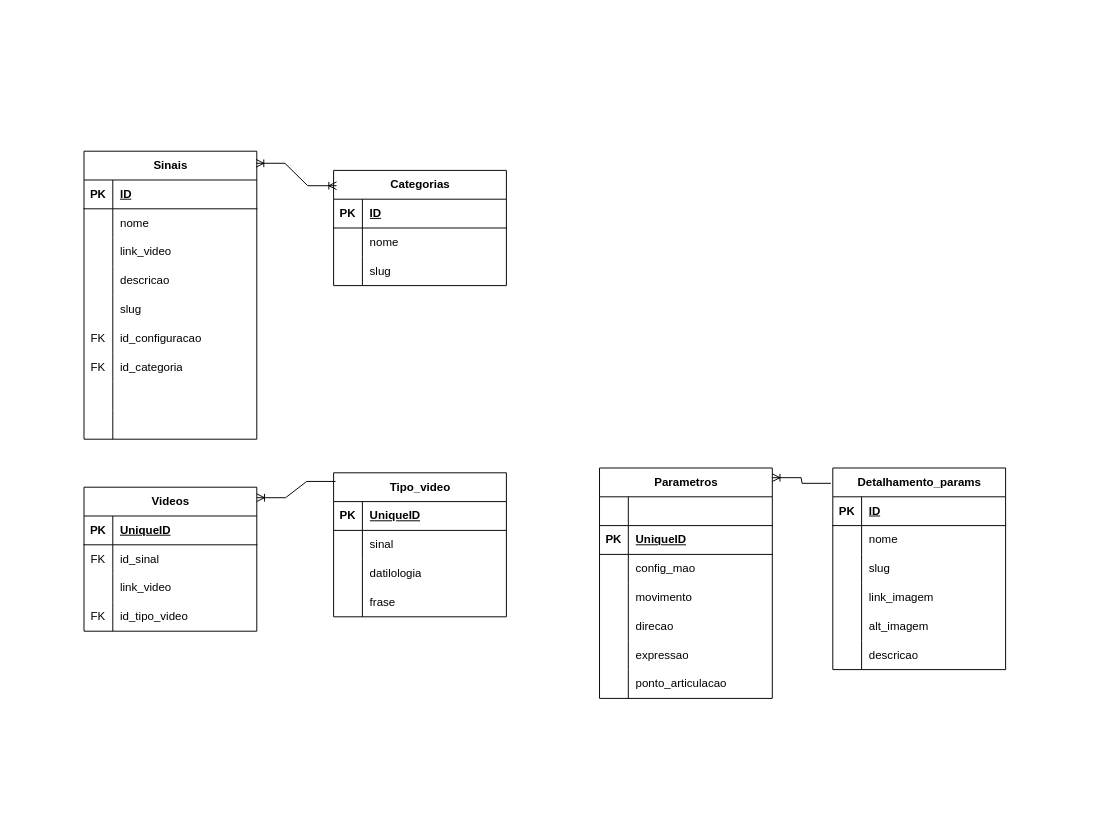
Above: diagram-banco.drawio in PatrickGimenes/backend-sinalario (draw.io), before the change. Source tidied: cells renumbered, new cells numbered last; positions are measured from the earlier drawing's top-left corner, leaving out a move shared by most shapes. Both pictures are drawn from the tidied source at 96%, with x=0, y=0 at pixel (84, 151).
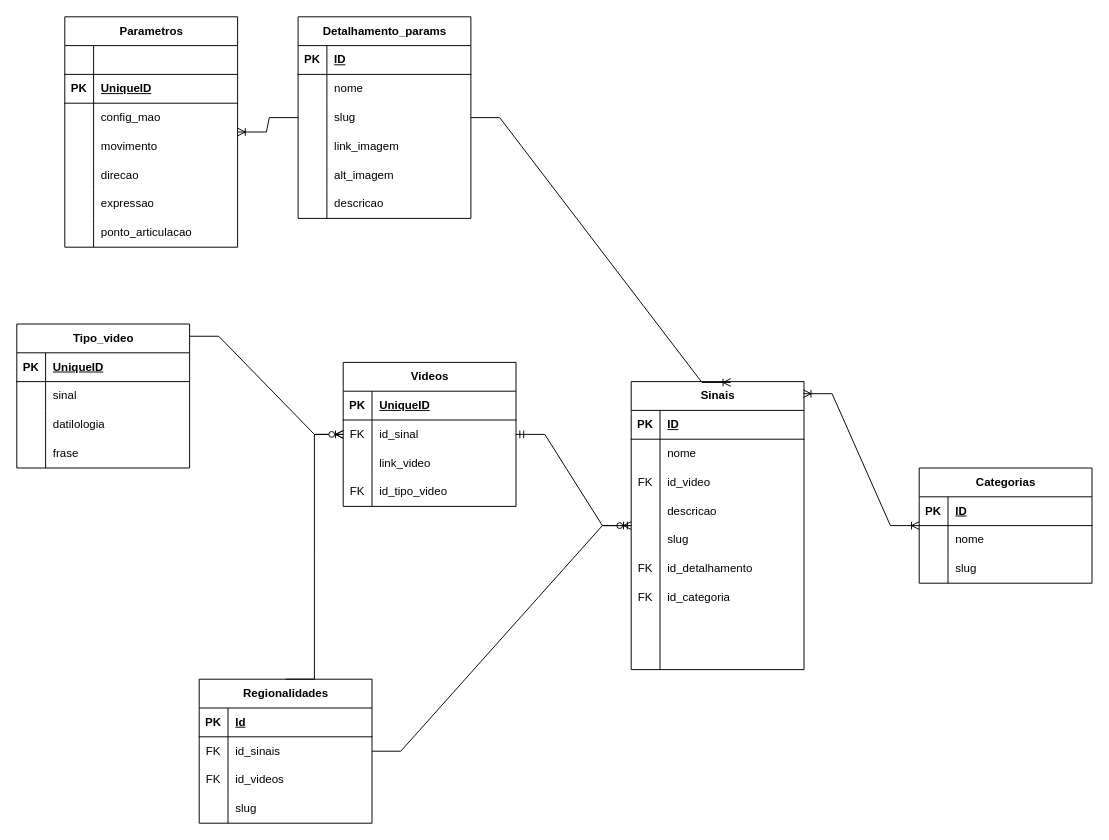
After the change.

Unchanged cells that the change refers to:
```xml
<mxCell id="9" style="shape=tableRow;horizontal=0;startSize=0;swimlaneHead=0;swimlaneBody=0;fillColor=none;top=0;left=0;right=0;bottom=0;" parent="2" vertex="1">
  <mxGeometry y="90" width="180" height="30" as="geometry" />
</mxCell>
<mxCell id="18" style="shape=tableRow;horizontal=0;startSize=0;swimlaneHead=0;swimlaneBody=0;fillColor=none;top=0;left=0;right=0;bottom=0;" parent="2" vertex="1">
  <mxGeometry y="180" width="180" height="30" as="geometry" />
</mxCell>
```

Diff of the diagram source:
```diff
@@
     <mxCell id="2" value="Sinais" style="shape=table;startSize=30;childLayout=tableLayout;rowLines=0;fontStyle=1;align=center;html=1;" parent="1" vertex="1">
-      <mxGeometry width="180" height="300" as="geometry" />
+      <mxGeometry x="570" y="240" width="180" height="300" as="geometry" />
     </mxCell>
@@
-    <mxCell id="10" style="shape=partialRectangle;fillColor=none;top=0;left=0;bottom=0;right=0;overflow=hidden;whiteSpace=wrap;html=1;" parent="9" vertex="1">
+    <mxCell id="10" value="FK" style="shape=partialRectangle;fillColor=none;top=0;left=0;bottom=0;right=0;overflow=hidden;whiteSpace=wrap;html=1;" parent="9" vertex="1">
       <mxGeometry width="30" height="30" as="geometry" />
     </mxCell>
-    <mxCell id="11" value="link_video" style="shape=partialRectangle;fillColor=none;top=0;left=0;bottom=0;right=0;align=left;spacingLeft=6;overflow=hidden;whiteSpace=wrap;html=1;" parent="9" vertex="1">
+    <mxCell id="11" value="id_video" style="shape=partialRectangle;fillColor=none;top=0;left=0;bottom=0;right=0;align=left;spacingLeft=6;overflow=hidden;whiteSpace=wrap;html=1;" parent="9" vertex="1">
       <mxGeometry x="30" width="150" height="30" as="geometry" />
     </mxCell>
@@
-    <mxCell id="20" value="id_configuracao" style="shape=partialRectangle;fillColor=none;top=0;left=0;bottom=0;right=0;align=left;spacingLeft=6;overflow=hidden;whiteSpace=wrap;html=1;" parent="18" vertex="1">
+    <mxCell id="20" value="id_detalhamento" style="shape=partialRectangle;fillColor=none;top=0;left=0;bottom=0;right=0;align=left;spacingLeft=6;overflow=hidden;whiteSpace=wrap;html=1;" parent="18" vertex="1">
       <mxGeometry x="30" width="150" height="30" as="geometry" />
     </mxCell>
@@
     <mxCell id="30" value="Categorias" style="shape=table;startSize=30;childLayout=tableLayout;rowLines=0;fontStyle=1;align=center;html=1;" parent="1" vertex="1">
-      <mxGeometry x="260" y="20" width="180" height="120" as="geometry" />
+      <mxGeometry x="870" y="330" width="180" height="120" as="geometry" />
     </mxCell>
@@
     <mxCell id="40" value="Detalhamento_params" style="shape=table;startSize=30;childLayout=tableLayout;rowLines=0;fontStyle=1;align=center;html=1;" parent="1" vertex="1">
-      <mxGeometry x="780" y="330" width="180" height="210" as="geometry" />
+      <mxGeometry x="223" y="-140" width="180" height="210" as="geometry" />
     </mxCell>
@@
     <mxCell id="59" value="Parametros" style="shape=table;startSize=30;childLayout=tableLayout;rowLines=0;fontStyle=1;align=center;html=1;" parent="1" vertex="1">
-      <mxGeometry x="537" y="330" width="180" height="240" as="geometry" />
+      <mxGeometry x="-20" y="-140" width="180" height="240" as="geometry" />
     </mxCell>
@@
     <mxCell id="81" value="Videos" style="shape=table;startSize=30;childLayout=tableLayout;rowLines=0;fontStyle=1;align=center;html=1;" parent="1" vertex="1">
-      <mxGeometry y="350" width="180" height="150" as="geometry" />
+      <mxGeometry x="270" y="220" width="180" height="150" as="geometry" />
     </mxCell>
@@
     <mxCell id="94" value="Tipo_video" style="shape=table;startSize=30;childLayout=tableLayout;rowLines=0;fontStyle=1;align=center;html=1;" parent="1" vertex="1">
-      <mxGeometry x="260" y="335" width="180" height="150" as="geometry" />
+      <mxGeometry x="-70" y="180" width="180" height="150" as="geometry" />
     </mxCell>
@@
-    <mxCell id="107" style="edgeStyle=entityRelationEdgeStyle;fontSize=12;html=1;endArrow=ERoneToMany;rounded=0;exitX=0.011;exitY=0.06;exitDx=0;exitDy=0;exitPerimeter=0;entryX=1;entryY=0.073;entryDx=0;entryDy=0;entryPerimeter=0;" parent="1" edge="1" source="94" target="81">
+    <mxCell id="107" style="edgeStyle=entityRelationEdgeStyle;fontSize=12;html=1;endArrow=ERoneToMany;rounded=0;exitX=1.002;exitY=0.085;exitDx=0;exitDy=0;exitPerimeter=0;" parent="1" edge="1" source="94" target="81">
       <mxGeometry relative="1" as="geometry">
         <Array as="points">
-          <mxPoint x="160" y="410" />
+          <mxPoint x="185" y="321" />
         </Array>
       </mxGeometry>
     </mxCell>
-    <mxCell id="108" style="edgeStyle=entityRelationEdgeStyle;fontSize=12;html=1;endArrow=ERoneToMany;rounded=0;entryX=1;entryY=0.042;entryDx=0;entryDy=0;entryPerimeter=0;exitX=-0.011;exitY=0.076;exitDx=0;exitDy=0;exitPerimeter=0;" parent="1" edge="1" source="40" target="59">
-      <mxGeometry relative="1" as="geometry" />
+    <mxCell id="108" style="edgeStyle=entityRelationEdgeStyle;fontSize=12;html=1;endArrow=ERoneToMany;rounded=0;" parent="1" edge="1" source="40" target="59">
+      <mxGeometry relative="1" as="geometry">
+        <Array as="points">
+          <mxPoint x="220" y="-30" />
+        </Array>
+      </mxGeometry>
     </mxCell>
-    <mxCell id="109" style="edgeStyle=entityRelationEdgeStyle;fontSize=12;html=1;endArrow=ERoneToMany;startArrow=ERoneToMany;rounded=0;entryX=0.017;entryY=0.133;entryDx=0;entryDy=0;entryPerimeter=0;exitX=0.996;exitY=0.042;exitDx=0;exitDy=0;exitPerimeter=0;" parent="1" edge="1" source="2" target="30">
+    <mxCell id="109" style="edgeStyle=entityRelationEdgeStyle;fontSize=12;html=1;endArrow=ERoneToMany;startArrow=ERoneToMany;rounded=0;exitX=0.996;exitY=0.042;exitDx=0;exitDy=0;exitPerimeter=0;" parent="1" edge="1" source="2" target="30">
       <mxGeometry relative="1" as="geometry" />
     </mxCell>
+    <mxCell id="110" value="Regionalidades" style="shape=table;startSize=30;childLayout=tableLayout;rowLines=0;fontStyle=1;align=center;html=1;" parent="1" vertex="1">
+      <mxGeometry x="120" y="550" width="180" height="150" as="geometry" />
+    </mxCell>
+    <mxCell id="111" style="shape=tableRow;horizontal=0;startSize=0;swimlaneHead=0;swimlaneBody=0;fillColor=none;top=0;left=0;right=0;bottom=1;" parent="110" vertex="1">
+      <mxGeometry y="30" width="180" height="30" as="geometry" />
+    </mxCell>
+    <mxCell id="112" value="PK" style="shape=partialRectangle;fillColor=none;top=0;left=0;bottom=0;right=0;fontStyle=1;overflow=hidden;whiteSpace=wrap;html=1;" parent="111" vertex="1">
+      <mxGeometry width="30" height="30" as="geometry" />
+    </mxCell>
+    <mxCell id="113" value="Id" style="shape=partialRectangle;fillColor=none;top=0;left=0;bottom=0;right=0;align=left;spacingLeft=6;fontStyle=5;overflow=hidden;whiteSpace=wrap;html=1;" parent="111" vertex="1">
+      <mxGeometry x="30" width="150" height="30" as="geometry" />
+    </mxCell>
+    <mxCell id="114" style="shape=tableRow;horizontal=0;startSize=0;swimlaneHead=0;swimlaneBody=0;fillColor=none;top=0;left=0;right=0;bottom=0;" parent="110" vertex="1">
+      <mxGeometry y="60" width="180" height="30" as="geometry" />
+    </mxCell>
+    <mxCell id="115" value="FK" style="shape=partialRectangle;fillColor=none;top=0;left=0;bottom=0;right=0;overflow=hidden;whiteSpace=wrap;html=1;" parent="114" vertex="1">
+      <mxGeometry width="30" height="30" as="geometry" />
+    </mxCell>
+    <mxCell id="116" value="id_sinais" style="shape=partialRectangle;fillColor=none;top=0;left=0;bottom=0;right=0;align=left;spacingLeft=6;overflow=hidden;whiteSpace=wrap;html=1;" parent="114" vertex="1">
+      <mxGeometry x="30" width="150" height="30" as="geometry" />
+    </mxCell>
+    <mxCell id="117" style="shape=tableRow;horizontal=0;startSize=0;swimlaneHead=0;swimlaneBody=0;fillColor=none;top=0;left=0;right=0;bottom=0;" parent="110" vertex="1">
+      <mxGeometry y="90" width="180" height="30" as="geometry" />
+    </mxCell>
+    <mxCell id="118" value="FK" style="shape=partialRectangle;fillColor=none;top=0;left=0;bottom=0;right=0;overflow=hidden;whiteSpace=wrap;html=1;" parent="117" vertex="1">
+      <mxGeometry width="30" height="30" as="geometry" />
+    </mxCell>
+    <mxCell id="119" value="id_videos" style="shape=partialRectangle;fillColor=none;top=0;left=0;bottom=0;right=0;align=left;spacingLeft=6;overflow=hidden;whiteSpace=wrap;html=1;" parent="117" vertex="1">
+      <mxGeometry x="30" width="150" height="30" as="geometry" />
+    </mxCell>
+    <mxCell id="120" style="shape=tableRow;horizontal=0;startSize=0;swimlaneHead=0;swimlaneBody=0;fillColor=none;top=0;left=0;right=0;bottom=0;" parent="110" vertex="1">
+      <mxGeometry y="120" width="180" height="30" as="geometry" />
+    </mxCell>
+    <mxCell id="121" style="shape=partialRectangle;fillColor=none;top=0;left=0;bottom=0;right=0;overflow=hidden;whiteSpace=wrap;html=1;" parent="120" vertex="1">
+      <mxGeometry width="30" height="30" as="geometry" />
+    </mxCell>
+    <mxCell id="122" value="slug" style="shape=partialRectangle;fillColor=none;top=0;left=0;bottom=0;right=0;align=left;spacingLeft=6;overflow=hidden;whiteSpace=wrap;html=1;" parent="120" vertex="1">
+      <mxGeometry x="30" width="150" height="30" as="geometry" />
+    </mxCell>
+    <mxCell id="123" style="edgeStyle=entityRelationEdgeStyle;fontSize=12;html=1;endArrow=ERzeroToMany;endFill=1;rounded=0;exitX=0.5;exitY=0;exitDx=0;exitDy=0;" parent="1" edge="1" source="110" target="81">
+      <mxGeometry relative="1" as="geometry" />
+    </mxCell>
+    <mxCell id="124" style="edgeStyle=entityRelationEdgeStyle;fontSize=12;html=1;endArrow=ERzeroToMany;endFill=1;rounded=0;" parent="1" edge="1" source="110" target="2">
+      <mxGeometry relative="1" as="geometry" />
+    </mxCell>
+    <mxCell id="125" style="edgeStyle=entityRelationEdgeStyle;fontSize=12;html=1;endArrow=ERmandOne;startArrow=ERmandOne;rounded=0;" parent="1" edge="1" source="81" target="2">
+      <mxGeometry relative="1" as="geometry" />
+    </mxCell>
+    <mxCell id="126" style="edgeStyle=entityRelationEdgeStyle;fontSize=12;html=1;endArrow=ERoneToMany;rounded=0;entryX=0.576;entryY=0.003;entryDx=0;entryDy=0;entryPerimeter=0;" parent="1" edge="1" source="40" target="2">
+      <mxGeometry relative="1" as="geometry" />
+    </mxCell>
```
